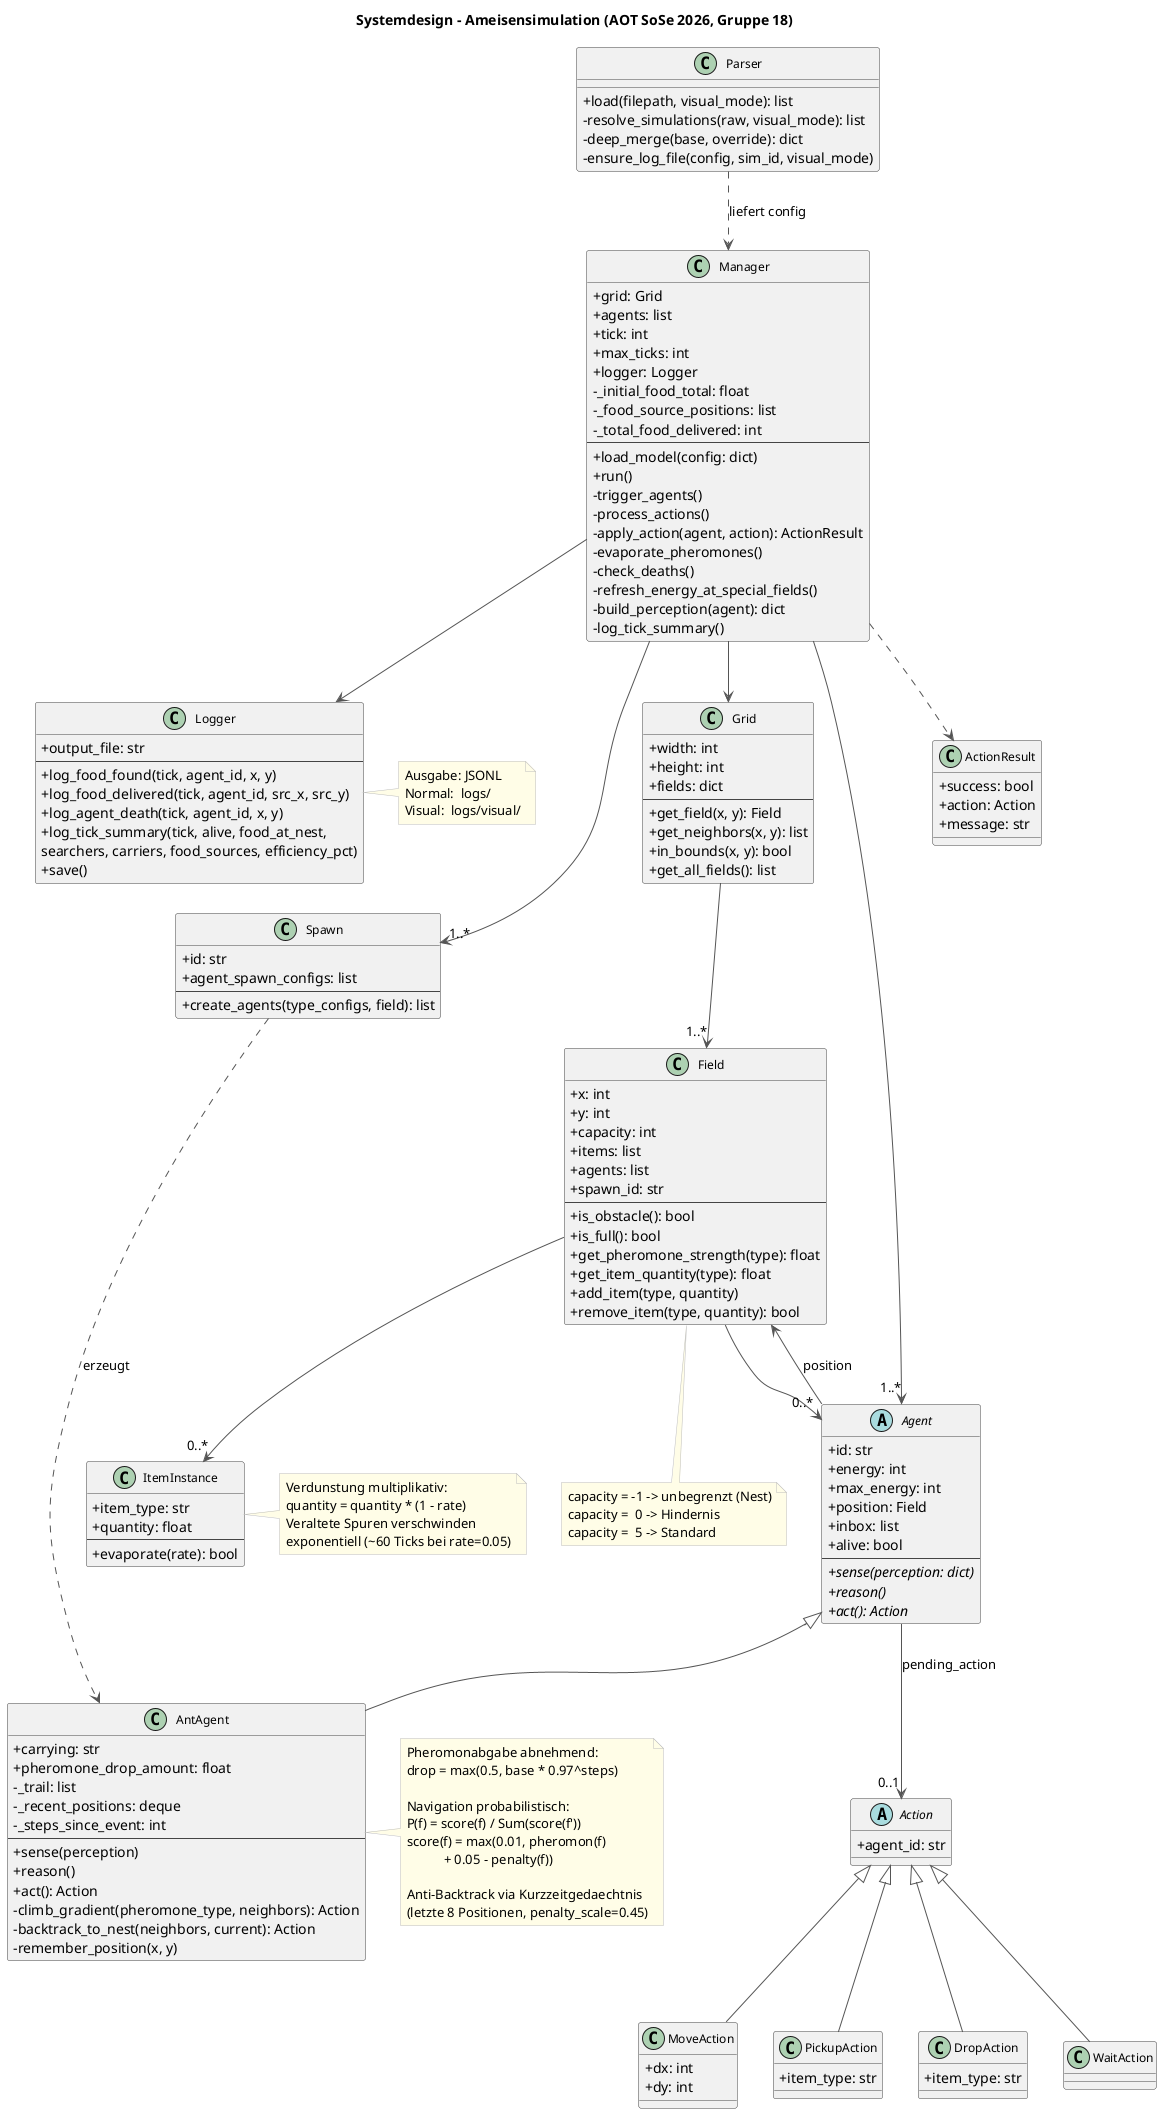
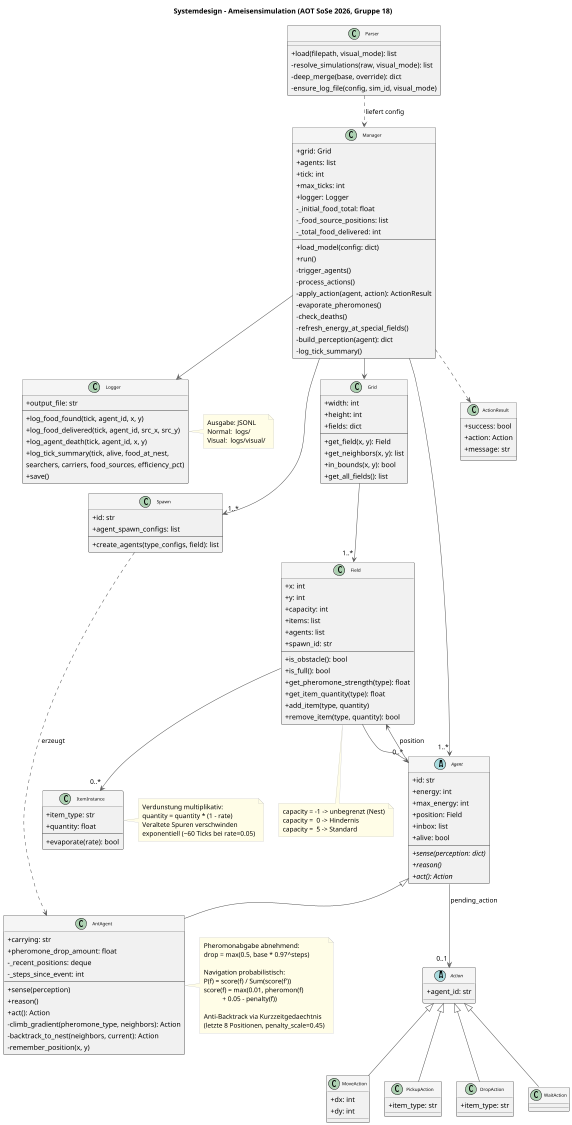
@startuml systemdesign
+ scale 0.5
skinparam classAttributeIconSize 0
- skinparam classFontSize 12
+ skinparam classFontSize 9
+ skinparam classHeaderBackgroundColor #F5F5F5
skinparam ArrowColor #555555
skinparam ClassBorderColor #444444
skinparam NoteBackgroundColor #FFFDE7
skinparam NoteBorderColor #BDBDBD
+ skinparam Padding 2
+ skinparam Nodesep 30
+ skinparam Ranksep 40

title Systemdesign - Ameisensimulation (AOT SoSe 2026, Gruppe 18)

'--- Infrastruktur ---

class Parser {
  +load(filepath, visual_mode): list
  -resolve_simulations(raw, visual_mode): list
  -deep_merge(base, override): dict
  -ensure_log_file(config, sim_id, visual_mode)
}

class Manager {
  +grid: Grid
  +agents: list
  +tick: int
  +max_ticks: int
  +logger: Logger
  -_initial_food_total: float
  -_food_source_positions: list
  -_total_food_delivered: int
  --
  +load_model(config: dict)
  +run()
  -trigger_agents()
  -process_actions()
  -apply_action(agent, action): ActionResult
  -evaporate_pheromones()
  -check_deaths()
  -refresh_energy_at_special_fields()
  -build_perception(agent): dict
  -log_tick_summary()
}

class Logger {
  +output_file: str
  --
  +log_food_found(tick, agent_id, x, y)
  +log_food_delivered(tick, agent_id, src_x, src_y)
  +log_agent_death(tick, agent_id, x, y)
  +log_tick_summary(tick, alive, food_at_nest,
    searchers, carriers, food_sources, efficiency_pct)
  +save()
}

note right of Logger
  Ausgabe: JSONL
  Normal:  logs/
  Visual:  logs/visual/
end note

'--- Gridwelt ---

class Grid {
  +width: int
  +height: int
  +fields: dict
  --
  +get_field(x, y): Field
  +get_neighbors(x, y): list
  +in_bounds(x, y): bool
  +get_all_fields(): list
}

class Field {
  +x: int
  +y: int
  +capacity: int
  +items: list
  +agents: list
  +spawn_id: str
  --
  +is_obstacle(): bool
  +is_full(): bool
  +get_pheromone_strength(type): float
  +get_item_quantity(type): float
  +add_item(type, quantity)
  +remove_item(type, quantity): bool
}

note bottom of Field
  capacity = -1 -> unbegrenzt (Nest)
  capacity =  0 -> Hindernis
  capacity =  5 -> Standard
end note

class ItemInstance {
  +item_type: str
  +quantity: float
  --
  +evaporate(rate): bool
}

note right of ItemInstance
  Verdunstung multiplikativ:
  quantity = quantity * (1 - rate)
  Veraltete Spuren verschwinden
  exponentiell (~60 Ticks bei rate=0.05)
end note

class Spawn {
  +id: str
  +agent_spawn_configs: list
  --
  +create_agents(type_configs, field): list
}

'--- Agenten & Aktionen ---

abstract class Agent {
  +id: str
  +energy: int
  +max_energy: int
  +position: Field
  +inbox: list
  +alive: bool
  --
  +{abstract} sense(perception: dict)
  +{abstract} reason()
  +{abstract} act(): Action
}

class AntAgent extends Agent {
  +carrying: str
  +pheromone_drop_amount: float
-   -_trail: list
  -_recent_positions: deque
  -_steps_since_event: int
  --
  +sense(perception)
  +reason()
  +act(): Action
  -climb_gradient(pheromone_type, neighbors): Action
  -backtrack_to_nest(neighbors, current): Action
  -remember_position(x, y)
}

note right of AntAgent
  Pheromonabgabe abnehmend:
  drop = max(0.5, base * 0.97^steps)

  Navigation probabilistisch:
  P(f) = score(f) / Sum(score(f'))
  score(f) = max(0.01, pheromon(f)
             + 0.05 - penalty(f))

  Anti-Backtrack via Kurzzeitgedaechtnis
  (letzte 8 Positionen, penalty_scale=0.45)
end note

abstract class Action {
  +agent_id: str
}

class MoveAction extends Action {
  +dx: int
  +dy: int
}

class PickupAction extends Action {
  +item_type: str
}

class DropAction extends Action {
  +item_type: str
}

class WaitAction extends Action

class ActionResult {
  +success: bool
  +action: Action
  +message: str
}

'--- Beziehungen ---

Parser ..> Manager : liefert config

Manager --> Grid
Manager --> Logger
Manager --> "1..*" Agent
Manager --> "1..*" Spawn
Manager ..> ActionResult

Grid --> "1..*" Field
Field --> "0..*" ItemInstance
Field --> "0..*" Agent

Spawn ..> AntAgent : erzeugt

Agent --> Field : position
Agent --> "0..1" Action : pending_action

@enduml
